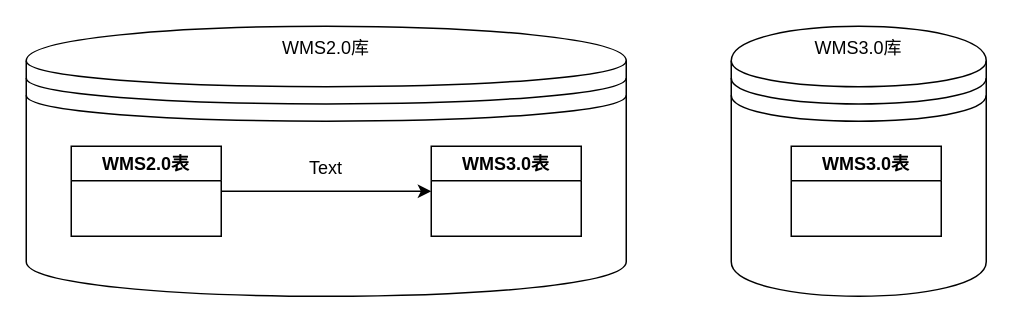
Earlier version of the draw.io diagram diagrams/未命名绘图.drawio (libo9527/static). Source tidied: cells renumbered, new cells numbered last; positions are measured from the earlier drawing's top-left corner, leaving out a move shared by most shapes. Both pictures are drawn from the tidied source at 150%, with x=0, y=0 at pixel (26, 26).
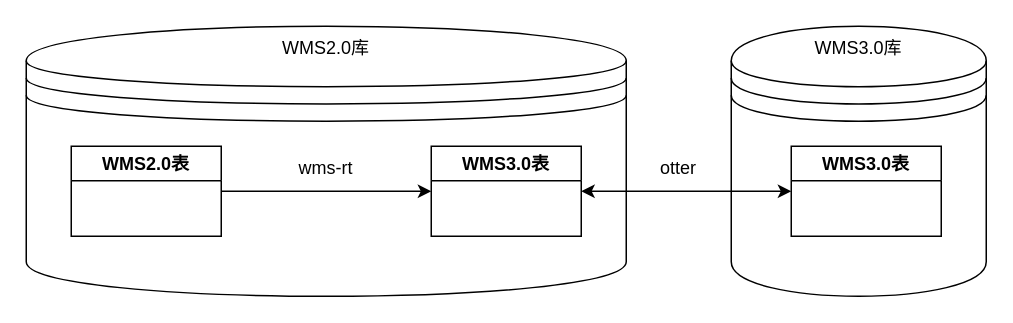
Above is the later version.

Commit message (it also covers changes not shown here):
更新未命名绘图.drawio

What changed in the source:
```diff
@@
 <mxGraphModel>
   <root>
     <mxCell id="0" />
     <mxCell id="1" parent="0" />
     <mxCell id="2" style="shape=datastore;whiteSpace=wrap;html=1;" parent="1" vertex="1">
       <mxGeometry width="400" height="180" as="geometry" />
     </mxCell>
     <mxCell id="3" style="shape=datastore;whiteSpace=wrap;html=1;" parent="1" vertex="1">
       <mxGeometry x="470" width="170" height="180" as="geometry" />
     </mxCell>
     <mxCell id="4" value="WMS2.0库" style="text;html=1;strokeColor=none;fillColor=none;align=center;verticalAlign=middle;whiteSpace=wrap;rounded=0;" parent="1" vertex="1">
       <mxGeometry x="170" width="60" height="30" as="geometry" />
     </mxCell>
     <mxCell id="5" value="WMS3.0库" style="text;html=1;strokeColor=none;fillColor=none;align=center;verticalAlign=middle;whiteSpace=wrap;rounded=0;" parent="1" vertex="1">
       <mxGeometry x="525" width="60" height="30" as="geometry" />
     </mxCell>
     <mxCell id="6" value="WMS2.0表" style="swimlane;whiteSpace=wrap;html=1;" parent="1" vertex="1">
       <mxGeometry x="30" y="80" width="100" height="60" as="geometry" />
     </mxCell>
     <mxCell id="7" value="WMS3.0表" style="swimlane;whiteSpace=wrap;html=1;" parent="1" vertex="1">
       <mxGeometry x="270" y="80" width="100" height="60" as="geometry" />
     </mxCell>
     <mxCell id="8" value="WMS3.0表" style="swimlane;whiteSpace=wrap;html=1;" parent="1" vertex="1">
       <mxGeometry x="510" y="80" width="100" height="60" as="geometry" />
     </mxCell>
     <mxCell id="9" style="endArrow=classic;html=1;rounded=0;exitX=1;exitY=0.5;exitDx=0;exitDy=0;entryX=0;entryY=0.5;entryDx=0;entryDy=0;" parent="1" edge="1" source="6" target="7">
       <mxGeometry relative="1" as="geometry" />
     </mxCell>
-    <mxCell id="10" value="Text" style="text;html=1;strokeColor=none;fillColor=none;align=center;verticalAlign=middle;whiteSpace=wrap;rounded=0;" parent="1" vertex="1">
+    <mxCell id="10" value="wms-rt" style="text;html=1;strokeColor=none;fillColor=none;align=center;verticalAlign=middle;whiteSpace=wrap;rounded=0;" parent="1" vertex="1">
       <mxGeometry x="170" y="80" width="60" height="30" as="geometry" />
     </mxCell>
+    <mxCell id="11" style="endArrow=classic;startArrow=classic;html=1;rounded=0;entryX=0;entryY=0.5;entryDx=0;entryDy=0;exitX=1;exitY=0.5;exitDx=0;exitDy=0;" parent="1" edge="1" source="7" target="8">
+      <mxGeometry relative="1" as="geometry" />
+    </mxCell>
+    <mxCell id="12" value="otter" style="text;html=1;strokeColor=none;fillColor=none;align=center;verticalAlign=middle;whiteSpace=wrap;rounded=0;" parent="1" vertex="1">
+      <mxGeometry x="405" y="80" width="60" height="30" as="geometry" />
+    </mxCell>
   </root>
 </mxGraphModel>
```
